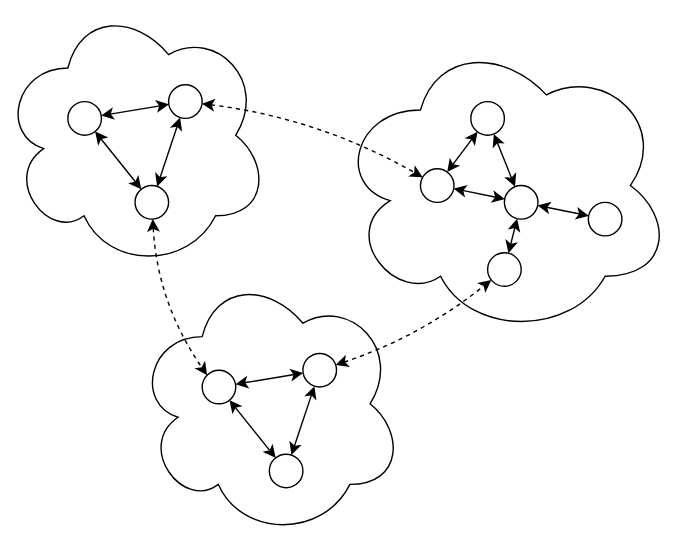
The draw.io diagram docs/legacy/design/diagrams/dmg-subnet.drawio.svg in dxos/dxos, before a commit. Source tidied: cells renumbered, new cells last; positions are measured from the earlier drawing's top-left corner, leaving out a move shared by most shapes.
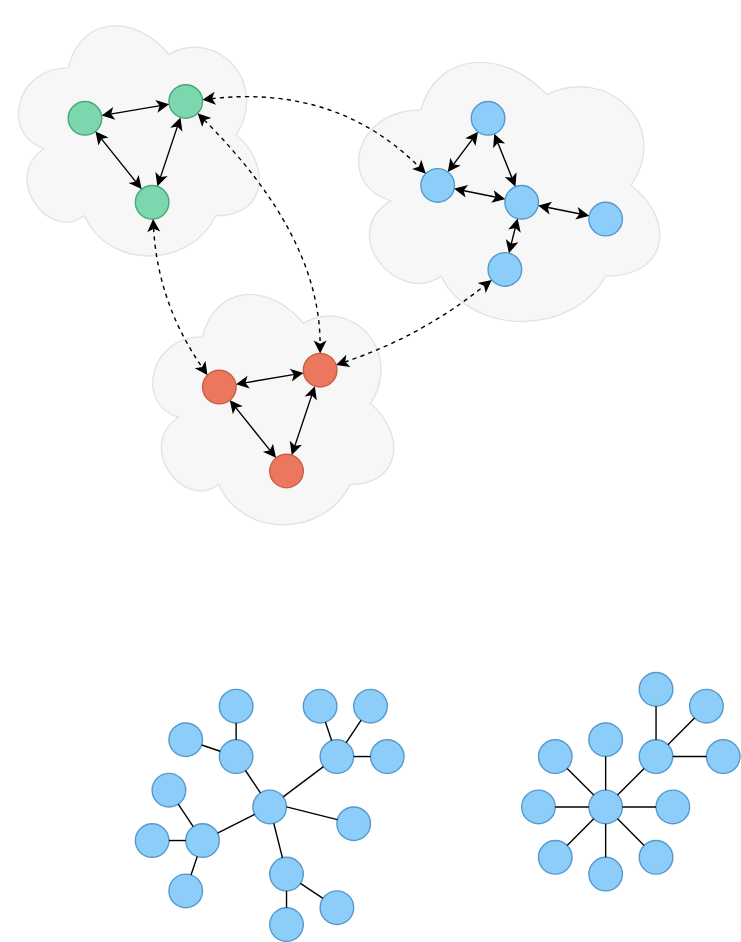
After the change.

What changed in the source:
```diff
@@ -2,16 +2,16 @@
   <root>
     <mxCell id="0" />
     <mxCell id="1" parent="0" />
-    <mxCell id="2" style="ellipse;shape=cloud;whiteSpace=wrap;html=1;strokeWidth=1;labelBackgroundColor=none;rounded=0;" parent="1" vertex="1">
+    <mxCell id="2" style="ellipse;shape=cloud;whiteSpace=wrap;html=1;strokeWidth=1;labelBackgroundColor=none;rounded=0;fillColor=#F7F7F7;fontColor=#000000;strokeColor=#E1E4E6;" parent="1" vertex="1">
       <mxGeometry x="240" y="24" width="240" height="216" as="geometry" />
     </mxCell>
-    <mxCell id="3" style="ellipse;whiteSpace=wrap;html=1;strokeWidth=1;labelBackgroundColor=none;rounded=0;" parent="1" vertex="1">
+    <mxCell id="3" style="ellipse;whiteSpace=wrap;html=1;strokeWidth=1;labelBackgroundColor=none;rounded=0;fillColor=#8DCDFA;fontColor=#000000;strokeColor=#569ACD;" parent="1" vertex="1">
       <mxGeometry x="300" y="120" width="24" height="24" as="geometry" />
     </mxCell>
-    <mxCell id="4" style="ellipse;whiteSpace=wrap;html=1;strokeWidth=1;labelBackgroundColor=none;rounded=0;" parent="1" vertex="1">
+    <mxCell id="4" style="ellipse;whiteSpace=wrap;html=1;strokeWidth=1;labelBackgroundColor=none;rounded=0;fillColor=#8DCDFA;fontColor=#000000;strokeColor=#569ACD;" parent="1" vertex="1">
       <mxGeometry x="360" y="132" width="24" height="24" as="geometry" />
     </mxCell>
-    <mxCell id="5" style="ellipse;whiteSpace=wrap;html=1;strokeWidth=1;labelBackgroundColor=none;rounded=0;" parent="1" vertex="1">
+    <mxCell id="5" style="ellipse;whiteSpace=wrap;html=1;strokeWidth=1;labelBackgroundColor=none;rounded=0;fillColor=#8DCDFA;fontColor=#000000;strokeColor=#569ACD;" parent="1" vertex="1">
       <mxGeometry x="348" y="180" width="24" height="24" as="geometry" />
     </mxCell>
     <mxCell id="6" style="endArrow=classic;html=1;startArrow=classic;startFill=1;labelBackgroundColor=none;fontColor=default;rounded=0;" parent="1" edge="1" source="3" target="4">
@@ -23,10 +23,10 @@
     <mxCell id="8" style="endArrow=classic;html=1;startArrow=classic;startFill=1;labelBackgroundColor=none;fontColor=default;rounded=0;" parent="1" edge="1" source="5" target="4">
       <mxGeometry relative="1" as="geometry" />
     </mxCell>
-    <mxCell id="9" style="ellipse;whiteSpace=wrap;html=1;strokeWidth=1;labelBackgroundColor=none;rounded=0;" parent="1" vertex="1">
+    <mxCell id="9" style="ellipse;whiteSpace=wrap;html=1;strokeWidth=1;labelBackgroundColor=none;rounded=0;fillColor=#8DCDFA;fontColor=#000000;strokeColor=#569ACD;" parent="1" vertex="1">
       <mxGeometry x="336" y="72" width="24" height="24" as="geometry" />
     </mxCell>
-    <mxCell id="10" style="ellipse;whiteSpace=wrap;html=1;strokeWidth=1;labelBackgroundColor=none;rounded=0;" parent="1" vertex="1">
+    <mxCell id="10" style="ellipse;whiteSpace=wrap;html=1;strokeWidth=1;labelBackgroundColor=none;rounded=0;fillColor=#8DCDFA;fontColor=#000000;strokeColor=#569ACD;" parent="1" vertex="1">
       <mxGeometry x="420" y="144" width="24" height="24" as="geometry" />
     </mxCell>
     <mxCell id="11" style="endArrow=classic;html=1;startArrow=classic;startFill=1;labelBackgroundColor=none;fontColor=default;rounded=0;" parent="1" edge="1" source="4" target="10">
@@ -35,19 +35,19 @@
     <mxCell id="12" style="endArrow=classic;html=1;startArrow=classic;startFill=1;labelBackgroundColor=none;fontColor=default;rounded=0;" parent="1" edge="1" source="4" target="9">
       <mxGeometry relative="1" as="geometry" />
     </mxCell>
-    <mxCell id="13" style="ellipse;shape=cloud;whiteSpace=wrap;html=1;strokeWidth=1;labelBackgroundColor=none;rounded=0;" parent="1" vertex="1">
+    <mxCell id="13" style="ellipse;shape=cloud;whiteSpace=wrap;html=1;strokeWidth=1;labelBackgroundColor=none;rounded=0;fillColor=#F7F7F7;fontColor=#000000;strokeColor=#E1E4E6;" parent="1" vertex="1">
       <mxGeometry x="96" y="192" width="192" height="192" as="geometry" />
     </mxCell>
     <mxCell id="14" style="group;labelBackgroundColor=none;rounded=0;" parent="1" vertex="1">
       <mxGeometry x="144" y="252" width="96" height="96" as="geometry" />
     </mxCell>
-    <mxCell id="15" style="ellipse;whiteSpace=wrap;html=1;strokeWidth=1;labelBackgroundColor=none;rounded=0;" parent="14" vertex="1">
+    <mxCell id="15" style="ellipse;whiteSpace=wrap;html=1;strokeWidth=1;labelBackgroundColor=none;rounded=0;fillColor=#EB785E;fontColor=#000000;strokeColor=#CA5F45;" parent="14" vertex="1">
       <mxGeometry y="12" width="24" height="24" as="geometry" />
     </mxCell>
-    <mxCell id="16" style="ellipse;whiteSpace=wrap;html=1;strokeWidth=1;labelBackgroundColor=none;rounded=0;" parent="14" vertex="1">
+    <mxCell id="16" style="ellipse;whiteSpace=wrap;html=1;strokeWidth=1;labelBackgroundColor=none;rounded=0;fillColor=#EB785E;fontColor=#000000;strokeColor=#CA5F45;" parent="14" vertex="1">
       <mxGeometry x="72" width="24" height="24" as="geometry" />
     </mxCell>
-    <mxCell id="17" style="ellipse;whiteSpace=wrap;html=1;strokeWidth=1;labelBackgroundColor=none;rounded=0;" parent="14" vertex="1">
+    <mxCell id="17" style="ellipse;whiteSpace=wrap;html=1;strokeWidth=1;labelBackgroundColor=none;rounded=0;fillColor=#EB785E;fontColor=#000000;strokeColor=#CA5F45;" parent="14" vertex="1">
       <mxGeometry x="48" y="72" width="24" height="24" as="geometry" />
     </mxCell>
     <mxCell id="18" style="endArrow=classic;html=1;startArrow=classic;startFill=1;labelBackgroundColor=none;fontColor=default;rounded=0;" parent="14" edge="1" source="15" target="16">
@@ -59,19 +59,19 @@
     <mxCell id="20" style="endArrow=classic;html=1;startArrow=classic;startFill=1;labelBackgroundColor=none;fontColor=default;rounded=0;" parent="14" edge="1" source="17" target="16">
       <mxGeometry relative="1" as="geometry" />
     </mxCell>
-    <mxCell id="21" style="ellipse;shape=cloud;whiteSpace=wrap;html=1;strokeWidth=1;fontFamily=Montserrat;fontSource=https%3A%2F%2Ffonts.googleapis.com%2Fcss%3Ffamily%3DMontserrat;labelBackgroundColor=none;rounded=0;" parent="1" vertex="1">
+    <mxCell id="21" style="ellipse;shape=cloud;whiteSpace=wrap;html=1;strokeWidth=1;fontFamily=Montserrat;fontSource=https%3A%2F%2Ffonts.googleapis.com%2Fcss%3Ffamily%3DMontserrat;labelBackgroundColor=none;rounded=0;fillColor=#F7F7F7;fontColor=#000000;strokeColor=#E1E4E6;" parent="1" vertex="1">
       <mxGeometry width="192" height="192" as="geometry" />
     </mxCell>
     <mxCell id="22" style="group;labelBackgroundColor=none;rounded=0;" parent="1" vertex="1">
       <mxGeometry x="48" y="60" width="96" height="96" as="geometry" />
     </mxCell>
-    <mxCell id="23" style="ellipse;whiteSpace=wrap;html=1;strokeWidth=1;labelBackgroundColor=none;rounded=0;" parent="22" vertex="1">
+    <mxCell id="23" style="ellipse;whiteSpace=wrap;html=1;strokeWidth=1;labelBackgroundColor=none;rounded=0;fillColor=#7CD7AF;fontColor=#000000;strokeColor=#4DA677;" parent="22" vertex="1">
       <mxGeometry y="12" width="24" height="24" as="geometry" />
     </mxCell>
-    <mxCell id="24" style="ellipse;whiteSpace=wrap;html=1;strokeWidth=1;labelBackgroundColor=none;rounded=0;" parent="22" vertex="1">
+    <mxCell id="24" style="ellipse;whiteSpace=wrap;html=1;strokeWidth=1;labelBackgroundColor=none;rounded=0;fillColor=#7CD7AF;fontColor=#000000;strokeColor=#4DA677;" parent="22" vertex="1">
       <mxGeometry x="72" width="24" height="24" as="geometry" />
     </mxCell>
-    <mxCell id="25" style="ellipse;whiteSpace=wrap;html=1;strokeWidth=1;labelBackgroundColor=none;rounded=0;" parent="22" vertex="1">
+    <mxCell id="25" style="ellipse;whiteSpace=wrap;html=1;strokeWidth=1;labelBackgroundColor=none;rounded=0;fillColor=#7CD7AF;fontColor=#000000;strokeColor=#4DA677;" parent="22" vertex="1">
       <mxGeometry x="48" y="72" width="24" height="24" as="geometry" />
     </mxCell>
     <mxCell id="26" style="endArrow=classic;html=1;startArrow=classic;startFill=1;labelBackgroundColor=none;fontColor=default;rounded=0;" parent="22" edge="1" source="23" target="24">
@@ -93,7 +93,7 @@
     <mxCell id="30" style="endArrow=classic;html=1;startArrow=classic;startFill=1;dashed=1;curved=1;labelBackgroundColor=none;fontColor=default;rounded=0;" parent="1" edge="1" source="24" target="3">
       <mxGeometry relative="1" as="geometry">
         <Array as="points">
-          <mxPoint x="228" y="84" />
+          <mxPoint x="240" y="60" />
         </Array>
       </mxGeometry>
     </mxCell>
@@ -104,5 +104,174 @@
         </Array>
       </mxGeometry>
     </mxCell>
+    <mxCell id="32" style="endArrow=classic;html=1;startArrow=classic;startFill=1;dashed=1;curved=1;labelBackgroundColor=none;fontColor=default;rounded=0;" parent="1" edge="1" source="24" target="16">
+      <mxGeometry relative="1" as="geometry">
+        <Array as="points">
+          <mxPoint x="228" y="168" />
+        </Array>
+      </mxGeometry>
+    </mxCell>
+    <mxCell id="33" style="ellipse;whiteSpace=wrap;html=1;strokeWidth=1;labelBackgroundColor=none;rounded=0;fillColor=#8DCDFA;fontColor=#000000;strokeColor=#569ACD;" parent="1" vertex="1">
+      <mxGeometry x="156" y="528" width="24" height="24" as="geometry" />
+    </mxCell>
+    <mxCell id="34" style="ellipse;whiteSpace=wrap;html=1;strokeWidth=1;labelBackgroundColor=none;rounded=0;fillColor=#8DCDFA;fontColor=#000000;strokeColor=#569ACD;" parent="1" vertex="1">
+      <mxGeometry x="132" y="588" width="24" height="24" as="geometry" />
+    </mxCell>
+    <mxCell id="35" style="ellipse;whiteSpace=wrap;html=1;strokeWidth=1;labelBackgroundColor=none;rounded=0;fillColor=#8DCDFA;fontColor=#000000;strokeColor=#569ACD;" parent="1" vertex="1">
+      <mxGeometry x="180" y="564" width="24" height="24" as="geometry" />
+    </mxCell>
+    <mxCell id="36" style="ellipse;whiteSpace=wrap;html=1;strokeWidth=1;labelBackgroundColor=none;rounded=0;fillColor=#8DCDFA;fontColor=#000000;strokeColor=#569ACD;" parent="1" vertex="1">
+      <mxGeometry x="228" y="528" width="24" height="24" as="geometry" />
+    </mxCell>
+    <mxCell id="37" style="ellipse;whiteSpace=wrap;html=1;strokeWidth=1;labelBackgroundColor=none;rounded=0;fillColor=#8DCDFA;fontColor=#000000;strokeColor=#569ACD;" parent="1" vertex="1">
+      <mxGeometry x="240" y="576" width="24" height="24" as="geometry" />
+    </mxCell>
+    <mxCell id="38" style="ellipse;whiteSpace=wrap;html=1;strokeWidth=1;labelBackgroundColor=none;rounded=0;fillColor=#8DCDFA;fontColor=#000000;strokeColor=#569ACD;" parent="1" vertex="1">
+      <mxGeometry x="192" y="612" width="24" height="24" as="geometry" />
+    </mxCell>
+    <mxCell id="39" style="ellipse;whiteSpace=wrap;html=1;strokeWidth=1;labelBackgroundColor=none;rounded=0;fillColor=#8DCDFA;fontColor=#000000;strokeColor=#569ACD;" parent="1" vertex="1">
+      <mxGeometry x="120" y="624" width="24" height="24" as="geometry" />
+    </mxCell>
+    <mxCell id="40" style="ellipse;whiteSpace=wrap;html=1;strokeWidth=1;labelBackgroundColor=none;rounded=0;fillColor=#8DCDFA;fontColor=#000000;strokeColor=#569ACD;" parent="1" vertex="1">
+      <mxGeometry x="96" y="588" width="24" height="24" as="geometry" />
+    </mxCell>
+    <mxCell id="41" style="ellipse;whiteSpace=wrap;html=1;strokeWidth=1;labelBackgroundColor=none;rounded=0;fillColor=#8DCDFA;fontColor=#000000;strokeColor=#569ACD;" parent="1" vertex="1">
+      <mxGeometry x="192" y="648" width="24" height="24" as="geometry" />
+    </mxCell>
+    <mxCell id="42" style="ellipse;whiteSpace=wrap;html=1;strokeWidth=1;labelBackgroundColor=none;rounded=0;fillColor=#8DCDFA;fontColor=#000000;strokeColor=#569ACD;" parent="1" vertex="1">
+      <mxGeometry x="228" y="636" width="24" height="24" as="geometry" />
+    </mxCell>
+    <mxCell id="43" style="endArrow=none;html=1;startArrow=none;startFill=0;labelBackgroundColor=none;fontColor=default;rounded=0;endFill=0;" parent="1" edge="1" source="34" target="40">
+      <mxGeometry relative="1" as="geometry" />
+    </mxCell>
+    <mxCell id="44" style="endArrow=none;html=1;startArrow=none;startFill=0;labelBackgroundColor=none;fontColor=default;rounded=0;endFill=0;" parent="1" edge="1" source="34" target="39">
+      <mxGeometry relative="1" as="geometry" />
+    </mxCell>
+    <mxCell id="45" style="endArrow=none;html=1;startArrow=none;startFill=0;labelBackgroundColor=none;fontColor=default;rounded=0;endFill=0;" parent="1" edge="1" source="35" target="34">
+      <mxGeometry relative="1" as="geometry" />
+    </mxCell>
+    <mxCell id="46" style="endArrow=none;html=1;startArrow=none;startFill=0;labelBackgroundColor=none;fontColor=default;rounded=0;endFill=0;" parent="1" edge="1" source="38" target="41">
+      <mxGeometry relative="1" as="geometry" />
+    </mxCell>
+    <mxCell id="47" style="endArrow=none;html=1;startArrow=none;startFill=0;labelBackgroundColor=none;fontColor=default;rounded=0;endFill=0;" parent="1" edge="1" source="42" target="38">
+      <mxGeometry relative="1" as="geometry" />
+    </mxCell>
+    <mxCell id="48" style="endArrow=none;html=1;startArrow=none;startFill=0;labelBackgroundColor=none;fontColor=default;rounded=0;endFill=0;" parent="1" edge="1" source="38" target="35">
+      <mxGeometry relative="1" as="geometry" />
+    </mxCell>
+    <mxCell id="49" style="endArrow=none;html=1;startArrow=none;startFill=0;labelBackgroundColor=none;fontColor=default;rounded=0;endFill=0;" parent="1" edge="1" source="35" target="33">
+      <mxGeometry relative="1" as="geometry" />
+    </mxCell>
+    <mxCell id="50" style="endArrow=none;html=1;startArrow=none;startFill=0;labelBackgroundColor=none;fontColor=default;rounded=0;endFill=0;entryX=1;entryY=0.5;entryDx=0;entryDy=0;" parent="1" edge="1" source="37" target="35">
+      <mxGeometry relative="1" as="geometry" />
+    </mxCell>
+    <mxCell id="51" style="endArrow=none;html=1;startArrow=none;startFill=0;labelBackgroundColor=none;fontColor=default;rounded=0;endFill=0;" parent="1" edge="1" source="35" target="36">
+      <mxGeometry relative="1" as="geometry" />
+    </mxCell>
+    <mxCell id="52" style="ellipse;whiteSpace=wrap;html=1;strokeWidth=1;labelBackgroundColor=none;rounded=0;fillColor=#8DCDFA;fontColor=#000000;strokeColor=#569ACD;" parent="1" vertex="1">
+      <mxGeometry x="120" y="516" width="24" height="24" as="geometry" />
+    </mxCell>
+    <mxCell id="53" style="ellipse;whiteSpace=wrap;html=1;strokeWidth=1;labelBackgroundColor=none;rounded=0;fillColor=#8DCDFA;fontColor=#000000;strokeColor=#569ACD;" parent="1" vertex="1">
+      <mxGeometry x="156" y="492" width="24" height="24" as="geometry" />
+    </mxCell>
+    <mxCell id="54" style="ellipse;whiteSpace=wrap;html=1;strokeWidth=1;labelBackgroundColor=none;rounded=0;fillColor=#8DCDFA;fontColor=#000000;strokeColor=#569ACD;" parent="1" vertex="1">
+      <mxGeometry x="216" y="492" width="24" height="24" as="geometry" />
+    </mxCell>
+    <mxCell id="55" style="ellipse;whiteSpace=wrap;html=1;strokeWidth=1;labelBackgroundColor=none;rounded=0;fillColor=#8DCDFA;fontColor=#000000;strokeColor=#569ACD;" parent="1" vertex="1">
+      <mxGeometry x="252" y="492" width="24" height="24" as="geometry" />
+    </mxCell>
+    <mxCell id="56" style="ellipse;whiteSpace=wrap;html=1;strokeWidth=1;labelBackgroundColor=none;rounded=0;fillColor=#8DCDFA;fontColor=#000000;strokeColor=#569ACD;" parent="1" vertex="1">
+      <mxGeometry x="264" y="528" width="24" height="24" as="geometry" />
+    </mxCell>
+    <mxCell id="57" style="ellipse;whiteSpace=wrap;html=1;strokeWidth=1;labelBackgroundColor=none;rounded=0;fillColor=#8DCDFA;fontColor=#000000;strokeColor=#569ACD;" parent="1" vertex="1">
+      <mxGeometry x="108" y="552" width="24" height="24" as="geometry" />
+    </mxCell>
+    <mxCell id="58" style="endArrow=none;html=1;startArrow=none;startFill=0;labelBackgroundColor=none;fontColor=default;rounded=0;endFill=0;" parent="1" edge="1" source="57" target="34">
+      <mxGeometry relative="1" as="geometry" />
+    </mxCell>
+    <mxCell id="59" style="endArrow=none;html=1;startArrow=none;startFill=0;labelBackgroundColor=none;fontColor=default;rounded=0;endFill=0;" parent="1" edge="1" source="33" target="52">
+      <mxGeometry relative="1" as="geometry" />
+    </mxCell>
+    <mxCell id="60" style="endArrow=none;html=1;startArrow=none;startFill=0;labelBackgroundColor=none;fontColor=default;rounded=0;endFill=0;" parent="1" edge="1" source="53" target="33">
+      <mxGeometry relative="1" as="geometry" />
+    </mxCell>
+    <mxCell id="61" style="endArrow=none;html=1;startArrow=none;startFill=0;labelBackgroundColor=none;fontColor=default;rounded=0;endFill=0;" parent="1" edge="1" source="36" target="55">
+      <mxGeometry relative="1" as="geometry" />
+    </mxCell>
+    <mxCell id="62" style="endArrow=none;html=1;startArrow=none;startFill=0;labelBackgroundColor=none;fontColor=default;rounded=0;endFill=0;" parent="1" edge="1" source="54" target="36">
+      <mxGeometry relative="1" as="geometry" />
+    </mxCell>
+    <mxCell id="63" style="endArrow=none;html=1;startArrow=none;startFill=0;labelBackgroundColor=none;fontColor=default;rounded=0;endFill=0;" parent="1" edge="1" source="36" target="56">
+      <mxGeometry relative="1" as="geometry" />
+    </mxCell>
+    <mxCell id="64" style="ellipse;whiteSpace=wrap;html=1;strokeWidth=1;labelBackgroundColor=none;rounded=0;fillColor=#8DCDFA;fontColor=#000000;strokeColor=#569ACD;" parent="1" vertex="1">
+      <mxGeometry x="420" y="564" width="24" height="24" as="geometry" />
+    </mxCell>
+    <mxCell id="65" style="ellipse;whiteSpace=wrap;html=1;strokeWidth=1;labelBackgroundColor=none;rounded=0;fillColor=#8DCDFA;fontColor=#000000;strokeColor=#569ACD;" parent="1" vertex="1">
+      <mxGeometry x="420" y="516" width="24" height="24" as="geometry" />
+    </mxCell>
+    <mxCell id="66" style="ellipse;whiteSpace=wrap;html=1;strokeWidth=1;labelBackgroundColor=none;rounded=0;fillColor=#8DCDFA;fontColor=#000000;strokeColor=#569ACD;" parent="1" vertex="1">
+      <mxGeometry x="420" y="612" width="24" height="24" as="geometry" />
+    </mxCell>
+    <mxCell id="67" style="ellipse;whiteSpace=wrap;html=1;strokeWidth=1;labelBackgroundColor=none;rounded=0;fillColor=#8DCDFA;fontColor=#000000;strokeColor=#569ACD;" parent="1" vertex="1">
+      <mxGeometry x="372" y="564" width="24" height="24" as="geometry" />
+    </mxCell>
+    <mxCell id="68" style="ellipse;whiteSpace=wrap;html=1;strokeWidth=1;labelBackgroundColor=none;rounded=0;fillColor=#8DCDFA;fontColor=#000000;strokeColor=#569ACD;" parent="1" vertex="1">
+      <mxGeometry x="468" y="564" width="24" height="24" as="geometry" />
+    </mxCell>
+    <mxCell id="69" style="ellipse;whiteSpace=wrap;html=1;strokeWidth=1;labelBackgroundColor=none;rounded=0;fillColor=#8DCDFA;fontColor=#000000;strokeColor=#569ACD;" parent="1" vertex="1">
+      <mxGeometry x="384" y="528" width="24" height="24" as="geometry" />
+    </mxCell>
+    <mxCell id="70" style="ellipse;whiteSpace=wrap;html=1;strokeWidth=1;labelBackgroundColor=none;rounded=0;fillColor=#8DCDFA;fontColor=#000000;strokeColor=#569ACD;" parent="1" vertex="1">
+      <mxGeometry x="384" y="600" width="24" height="24" as="geometry" />
+    </mxCell>
+    <mxCell id="71" style="ellipse;whiteSpace=wrap;html=1;strokeWidth=1;labelBackgroundColor=none;rounded=0;fillColor=#8DCDFA;fontColor=#000000;strokeColor=#569ACD;" parent="1" vertex="1">
+      <mxGeometry x="456" y="528" width="24" height="24" as="geometry" />
+    </mxCell>
+    <mxCell id="72" style="ellipse;whiteSpace=wrap;html=1;strokeWidth=1;labelBackgroundColor=none;rounded=0;fillColor=#8DCDFA;fontColor=#000000;strokeColor=#569ACD;" parent="1" vertex="1">
+      <mxGeometry x="456" y="600" width="24" height="24" as="geometry" />
+    </mxCell>
+    <mxCell id="73" style="endArrow=none;html=1;startArrow=none;startFill=0;labelBackgroundColor=none;fontColor=default;rounded=0;endFill=0;" parent="1" edge="1" source="69" target="64">
+      <mxGeometry relative="1" as="geometry" />
+    </mxCell>
+    <mxCell id="74" style="endArrow=none;html=1;startArrow=none;startFill=0;labelBackgroundColor=none;fontColor=default;rounded=0;endFill=0;" parent="1" edge="1" source="64" target="67">
+      <mxGeometry relative="1" as="geometry" />
+    </mxCell>
+    <mxCell id="75" style="endArrow=none;html=1;startArrow=none;startFill=0;labelBackgroundColor=none;fontColor=default;rounded=0;endFill=0;" parent="1" edge="1" source="64" target="70">
+      <mxGeometry relative="1" as="geometry" />
+    </mxCell>
+    <mxCell id="76" style="endArrow=none;html=1;startArrow=none;startFill=0;labelBackgroundColor=none;fontColor=default;rounded=0;endFill=0;" parent="1" edge="1" source="64" target="66">
+      <mxGeometry relative="1" as="geometry" />
+    </mxCell>
+    <mxCell id="77" style="endArrow=none;html=1;startArrow=none;startFill=0;labelBackgroundColor=none;fontColor=default;rounded=0;endFill=0;" parent="1" edge="1" source="64" target="68">
+      <mxGeometry relative="1" as="geometry" />
+    </mxCell>
+    <mxCell id="78" style="endArrow=none;html=1;startArrow=none;startFill=0;labelBackgroundColor=none;fontColor=default;rounded=0;endFill=0;" parent="1" edge="1" source="64" target="72">
+      <mxGeometry relative="1" as="geometry" />
+    </mxCell>
+    <mxCell id="79" style="endArrow=none;html=1;startArrow=none;startFill=0;labelBackgroundColor=none;fontColor=default;rounded=0;endFill=0;" parent="1" edge="1" source="65" target="64">
+      <mxGeometry relative="1" as="geometry" />
+    </mxCell>
+    <mxCell id="80" style="endArrow=none;html=1;startArrow=none;startFill=0;labelBackgroundColor=none;fontColor=default;rounded=0;endFill=0;" parent="1" edge="1" source="71" target="64">
+      <mxGeometry relative="1" as="geometry" />
+    </mxCell>
+    <mxCell id="81" style="ellipse;whiteSpace=wrap;html=1;strokeWidth=1;labelBackgroundColor=none;rounded=0;fillColor=#8DCDFA;fontColor=#000000;strokeColor=#569ACD;" parent="1" vertex="1">
+      <mxGeometry x="492" y="492" width="24" height="24" as="geometry" />
+    </mxCell>
+    <mxCell id="82" style="ellipse;whiteSpace=wrap;html=1;strokeWidth=1;labelBackgroundColor=none;rounded=0;fillColor=#8DCDFA;fontColor=#000000;strokeColor=#569ACD;" parent="1" vertex="1">
+      <mxGeometry x="504" y="528" width="24" height="24" as="geometry" />
+    </mxCell>
+    <mxCell id="83" style="ellipse;whiteSpace=wrap;html=1;strokeWidth=1;labelBackgroundColor=none;rounded=0;fillColor=#8DCDFA;fontColor=#000000;strokeColor=#569ACD;" parent="1" vertex="1">
+      <mxGeometry x="456" y="480" width="24" height="24" as="geometry" />
+    </mxCell>
+    <mxCell id="84" style="endArrow=none;html=1;startArrow=none;startFill=0;labelBackgroundColor=none;fontColor=default;rounded=0;endFill=0;" parent="1" edge="1" source="71" target="83">
+      <mxGeometry relative="1" as="geometry" />
+    </mxCell>
+    <mxCell id="85" style="endArrow=none;html=1;startArrow=none;startFill=0;labelBackgroundColor=none;fontColor=default;rounded=0;endFill=0;" parent="1" edge="1" source="81" target="71">
+      <mxGeometry relative="1" as="geometry" />
+    </mxCell>
+    <mxCell id="86" style="endArrow=none;html=1;startArrow=none;startFill=0;labelBackgroundColor=none;fontColor=default;rounded=0;endFill=0;" parent="1" edge="1" source="71" target="82">
+      <mxGeometry relative="1" as="geometry" />
+    </mxCell>
   </root>
 </mxGraphModel>
```
